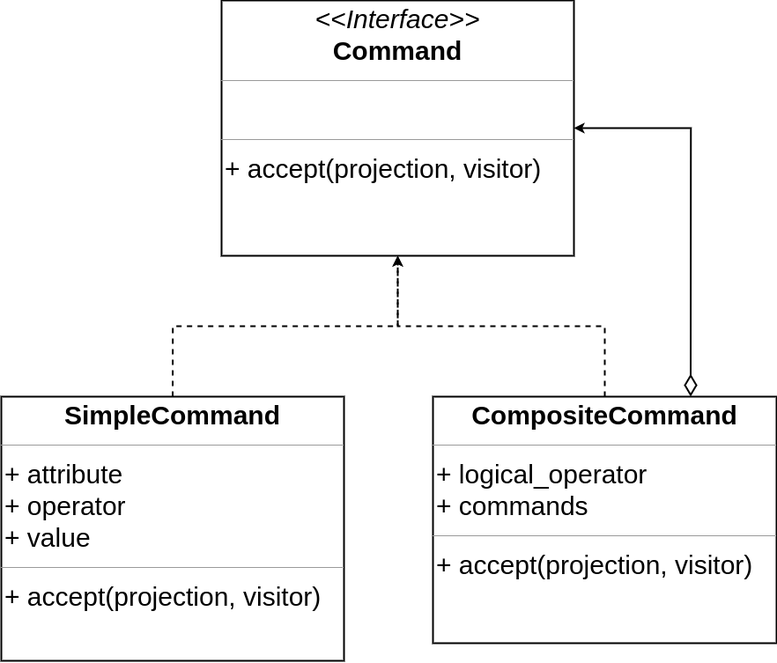
Earlier version of the draw.io export docs/command_architecture.png (BrizaMel/MAC0332). Source tidied: cells renumbered, new cells last; positions are measured from the earlier drawing's top-left corner, leaving out a move shared by most shapes.
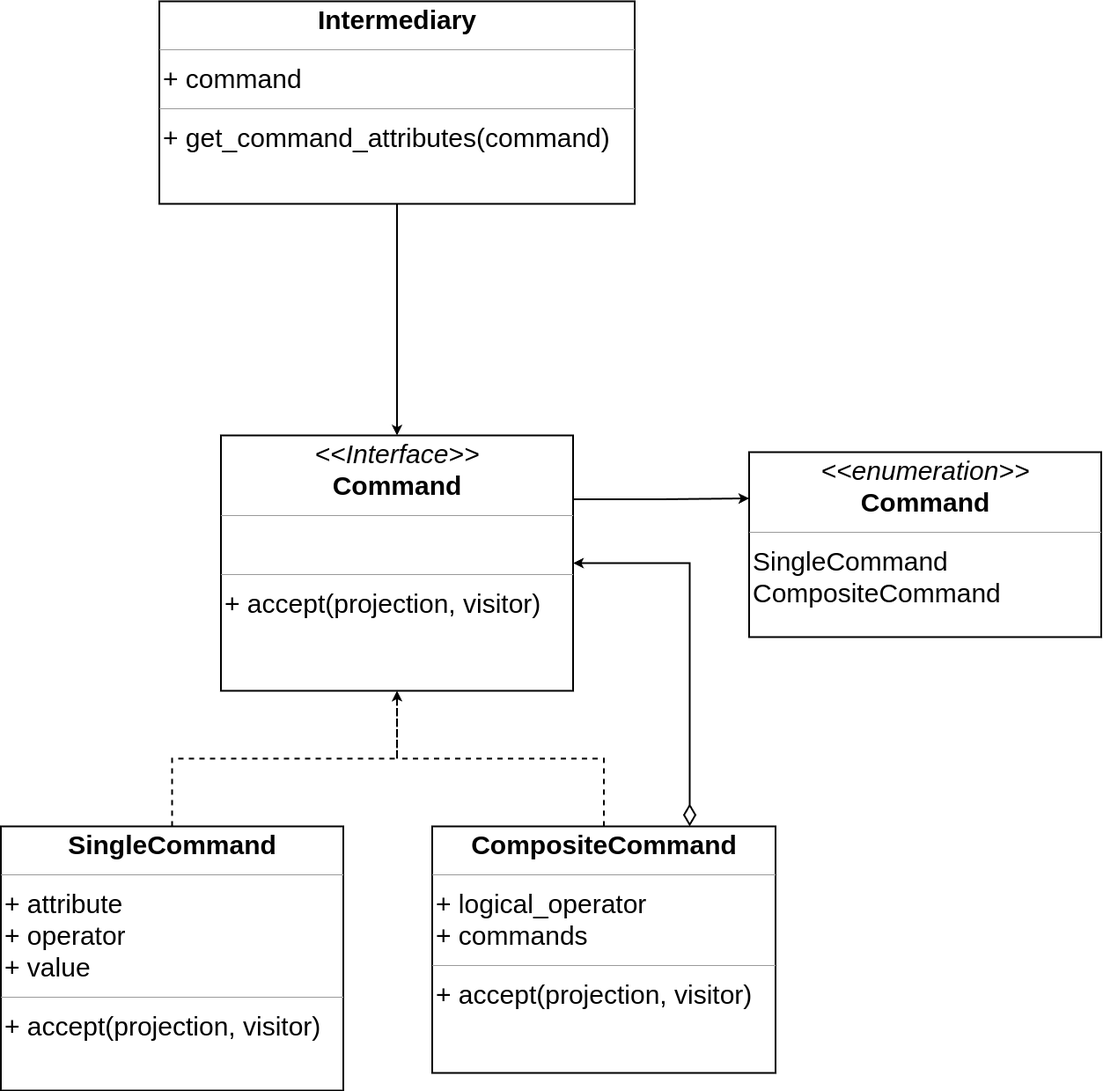
The same file after the commit.

Change to the diagram source:
```diff
@@ -2,23 +2,35 @@
   <root>
     <mxCell id="0" />
     <mxCell id="1" parent="0" />
-    <mxCell id="2" value="&lt;p style=&quot;margin: 4px 0px 0px; text-align: center; font-size: 30px;&quot;&gt;&lt;font style=&quot;font-size: 30px;&quot;&gt;&lt;i style=&quot;&quot;&gt;&amp;lt;&amp;lt;Interface&amp;gt;&amp;gt;&lt;/i&gt;&lt;br&gt;&lt;b&gt;Command&lt;/b&gt;&lt;/font&gt;&lt;/p&gt;&lt;hr style=&quot;font-size: 30px;&quot; size=&quot;1&quot;&gt;&lt;p style=&quot;margin: 0px 0px 0px 4px; font-size: 30px;&quot;&gt;&lt;br&gt;&lt;/p&gt;&lt;hr style=&quot;font-size: 30px;&quot; size=&quot;1&quot;&gt;&lt;p style=&quot;margin: 0px 0px 0px 4px; font-size: 30px;&quot;&gt;+ accept(projection, visitor)&lt;/p&gt;" style="verticalAlign=top;align=left;overflow=fill;fontSize=12;fontFamily=Helvetica;html=1;whiteSpace=wrap;strokeWidth=2;" parent="1" vertex="1">
-      <mxGeometry x="250" width="400" height="290" as="geometry" />
+    <mxCell id="2" style="edgeStyle=orthogonalEdgeStyle;rounded=0;jettySize=auto;html=1;exitX=1;exitY=0.25;exitDx=0;exitDy=0;entryX=0;entryY=0.25;entryDx=0;entryDy=0;strokeWidth=2;" parent="1" edge="1" source="3" target="11">
+      <mxGeometry relative="1" as="geometry" />
     </mxCell>
-    <mxCell id="3" value="&lt;p style=&quot;margin: 4px 0px 0px; text-align: center; font-size: 30px;&quot;&gt;&lt;b&gt;SimpleCommand&lt;/b&gt;&lt;/p&gt;&lt;hr style=&quot;font-size: 30px;&quot; size=&quot;1&quot;&gt;&lt;p style=&quot;margin: 0px 0px 0px 4px; font-size: 30px;&quot;&gt;&lt;span style=&quot;background-color: initial;&quot;&gt;+ attribute&lt;/span&gt;&lt;br&gt;&lt;/p&gt;&lt;p style=&quot;border-color: var(--border-color); margin: 0px 0px 0px 4px; font-size: 30px;&quot;&gt;&lt;font style=&quot;border-color: var(--border-color);&quot;&gt;+ operator&lt;/font&gt;&lt;/p&gt;&lt;p style=&quot;border-color: var(--border-color); margin: 0px 0px 0px 4px; font-size: 30px;&quot;&gt;&lt;font style=&quot;border-color: var(--border-color);&quot;&gt;+ value&lt;/font&gt;&lt;/p&gt;&lt;hr style=&quot;font-size: 30px;&quot; size=&quot;1&quot;&gt;&lt;p style=&quot;margin: 0px 0px 0px 4px; font-size: 30px;&quot;&gt;+ accept(projection, visitor)&lt;/p&gt;" style="verticalAlign=top;align=left;overflow=fill;fontSize=12;fontFamily=Helvetica;html=1;whiteSpace=wrap;strokeWidth=2;" parent="1" vertex="1">
-      <mxGeometry y="450" width="389" height="300" as="geometry" />
+    <mxCell id="3" value="&lt;p style=&quot;margin: 4px 0px 0px; text-align: center; font-size: 30px;&quot;&gt;&lt;font style=&quot;font-size: 30px;&quot;&gt;&lt;i style=&quot;&quot;&gt;&amp;lt;&amp;lt;Interface&amp;gt;&amp;gt;&lt;/i&gt;&lt;br&gt;&lt;b&gt;Command&lt;/b&gt;&lt;/font&gt;&lt;/p&gt;&lt;hr style=&quot;font-size: 30px;&quot; size=&quot;1&quot;&gt;&lt;p style=&quot;margin: 0px 0px 0px 4px; font-size: 30px;&quot;&gt;&lt;br&gt;&lt;/p&gt;&lt;hr style=&quot;font-size: 30px;&quot; size=&quot;1&quot;&gt;&lt;p style=&quot;margin: 0px 0px 0px 4px; font-size: 30px;&quot;&gt;+ accept(projection, visitor)&lt;/p&gt;" style="verticalAlign=top;align=left;overflow=fill;fontSize=12;fontFamily=Helvetica;html=1;whiteSpace=wrap;strokeWidth=2;" parent="1" vertex="1">
+      <mxGeometry y="450" width="400" height="290" as="geometry" />
     </mxCell>
-    <mxCell id="4" style="edgeStyle=orthogonalEdgeStyle;rounded=0;jettySize=auto;html=1;exitX=0.5;exitY=0;exitDx=0;exitDy=0;entryX=0.5;entryY=1;entryDx=0;entryDy=0;dashed=1;strokeWidth=2;" parent="1" edge="1" source="5" target="2">
-      <mxGeometry relative="1" as="geometry" />
+    <mxCell id="4" value="&lt;p style=&quot;margin: 4px 0px 0px; text-align: center; font-size: 30px;&quot;&gt;&lt;b&gt;SingleCommand&lt;/b&gt;&lt;/p&gt;&lt;hr style=&quot;font-size: 30px;&quot; size=&quot;1&quot;&gt;&lt;p style=&quot;margin: 0px 0px 0px 4px; font-size: 30px;&quot;&gt;&lt;span style=&quot;background-color: initial;&quot;&gt;+ attribute&lt;/span&gt;&lt;br&gt;&lt;/p&gt;&lt;p style=&quot;border-color: var(--border-color); margin: 0px 0px 0px 4px; font-size: 30px;&quot;&gt;&lt;font style=&quot;border-color: var(--border-color);&quot;&gt;+ operator&lt;/font&gt;&lt;/p&gt;&lt;p style=&quot;border-color: var(--border-color); margin: 0px 0px 0px 4px; font-size: 30px;&quot;&gt;&lt;font style=&quot;border-color: var(--border-color);&quot;&gt;+ value&lt;/font&gt;&lt;/p&gt;&lt;hr style=&quot;font-size: 30px;&quot; size=&quot;1&quot;&gt;&lt;p style=&quot;margin: 0px 0px 0px 4px; font-size: 30px;&quot;&gt;+ accept(projection, visitor)&lt;/p&gt;" style="verticalAlign=top;align=left;overflow=fill;fontSize=12;fontFamily=Helvetica;html=1;whiteSpace=wrap;strokeWidth=2;" parent="1" vertex="1">
+      <mxGeometry x="-250" y="894" width="389" height="300" as="geometry" />
     </mxCell>
-    <mxCell id="5" value="&lt;p style=&quot;margin: 4px 0px 0px; text-align: center; font-size: 30px;&quot;&gt;&lt;b&gt;CompositeCommand&lt;/b&gt;&lt;/p&gt;&lt;hr style=&quot;font-size: 30px;&quot; size=&quot;1&quot;&gt;&lt;p style=&quot;border-color: var(--border-color); margin: 0px 0px 0px 4px; font-size: 30px;&quot;&gt;&lt;font style=&quot;border-color: var(--border-color);&quot;&gt;+ logical_operator&lt;/font&gt;&lt;/p&gt;&lt;p style=&quot;border-color: var(--border-color); margin: 0px 0px 0px 4px; font-size: 30px;&quot;&gt;&lt;font style=&quot;border-color: var(--border-color);&quot;&gt;+ commands&lt;/font&gt;&lt;/p&gt;&lt;hr style=&quot;font-size: 30px;&quot; size=&quot;1&quot;&gt;&lt;p style=&quot;margin: 0px 0px 0px 4px; font-size: 30px;&quot;&gt;+ accept(projection, visitor)&lt;br&gt;&lt;/p&gt;" style="verticalAlign=top;align=left;overflow=fill;fontSize=12;fontFamily=Helvetica;html=1;whiteSpace=wrap;strokeWidth=2;" parent="1" vertex="1">
-      <mxGeometry x="490" y="450" width="390" height="280" as="geometry" />
+    <mxCell id="5" style="edgeStyle=orthogonalEdgeStyle;rounded=0;jettySize=auto;html=1;exitX=0.5;exitY=0;exitDx=0;exitDy=0;entryX=0.5;entryY=1;entryDx=0;entryDy=0;dashed=1;strokeWidth=2;" parent="1" edge="1" source="6" target="3">
+      <mxGeometry relative="1" as="geometry" />
     </mxCell>
-    <mxCell id="6" style="edgeStyle=orthogonalEdgeStyle;rounded=0;jettySize=auto;html=1;exitX=0.5;exitY=0;exitDx=0;exitDy=0;entryX=0.5;entryY=1;entryDx=0;entryDy=0;dashed=1;strokeWidth=2;" parent="1" edge="1" source="3" target="2">
-      <mxGeometry relative="1" as="geometry" />
+    <mxCell id="6" value="&lt;p style=&quot;margin: 4px 0px 0px; text-align: center; font-size: 30px;&quot;&gt;&lt;b&gt;CompositeCommand&lt;/b&gt;&lt;/p&gt;&lt;hr style=&quot;font-size: 30px;&quot; size=&quot;1&quot;&gt;&lt;p style=&quot;border-color: var(--border-color); margin: 0px 0px 0px 4px; font-size: 30px;&quot;&gt;&lt;font style=&quot;border-color: var(--border-color);&quot;&gt;+ logical_operator&lt;/font&gt;&lt;/p&gt;&lt;p style=&quot;border-color: var(--border-color); margin: 0px 0px 0px 4px; font-size: 30px;&quot;&gt;&lt;font style=&quot;border-color: var(--border-color);&quot;&gt;+ commands&lt;/font&gt;&lt;/p&gt;&lt;hr style=&quot;font-size: 30px;&quot; size=&quot;1&quot;&gt;&lt;p style=&quot;margin: 0px 0px 0px 4px; font-size: 30px;&quot;&gt;+ accept(projection, visitor)&lt;br&gt;&lt;/p&gt;" style="verticalAlign=top;align=left;overflow=fill;fontSize=12;fontFamily=Helvetica;html=1;whiteSpace=wrap;strokeWidth=2;" parent="1" vertex="1">
+      <mxGeometry x="240" y="894" width="390" height="280" as="geometry" />
     </mxCell>
-    <mxCell id="7" style="edgeStyle=orthogonalEdgeStyle;rounded=0;jettySize=auto;html=1;exitX=0.75;exitY=0;exitDx=0;exitDy=0;entryX=1;entryY=0.5;entryDx=0;entryDy=0;startArrow=diamondThin;startFill=0;startSize=20;strokeWidth=2;" parent="1" edge="1" source="5" target="2">
+    <mxCell id="7" style="edgeStyle=orthogonalEdgeStyle;rounded=0;jettySize=auto;html=1;exitX=0.5;exitY=0;exitDx=0;exitDy=0;entryX=0.5;entryY=1;entryDx=0;entryDy=0;dashed=1;strokeWidth=2;" parent="1" edge="1" source="4" target="3">
       <mxGeometry relative="1" as="geometry" />
     </mxCell>
+    <mxCell id="8" style="edgeStyle=orthogonalEdgeStyle;rounded=0;jettySize=auto;html=1;exitX=0.75;exitY=0;exitDx=0;exitDy=0;entryX=1;entryY=0.5;entryDx=0;entryDy=0;startArrow=diamondThin;startFill=0;startSize=20;strokeWidth=2;" parent="1" edge="1" source="6" target="3">
+      <mxGeometry relative="1" as="geometry" />
+    </mxCell>
+    <mxCell id="9" style="edgeStyle=orthogonalEdgeStyle;rounded=0;jettySize=auto;html=1;exitX=0.5;exitY=1;exitDx=0;exitDy=0;strokeWidth=2;" parent="1" edge="1" source="10" target="3">
+      <mxGeometry relative="1" as="geometry" />
+    </mxCell>
+    <mxCell id="10" value="&lt;p style=&quot;margin: 4px 0px 0px; text-align: center; font-size: 30px;&quot;&gt;&lt;b&gt;Intermediary&lt;/b&gt;&lt;/p&gt;&lt;hr style=&quot;font-size: 30px;&quot; size=&quot;1&quot;&gt;&lt;p style=&quot;border-color: var(--border-color); margin: 0px 0px 0px 4px; font-size: 30px;&quot;&gt;&lt;font style=&quot;border-color: var(--border-color);&quot;&gt;+ command&lt;/font&gt;&lt;/p&gt;&lt;hr style=&quot;font-size: 30px;&quot; size=&quot;1&quot;&gt;&lt;p style=&quot;margin: 0px 0px 0px 4px; font-size: 30px;&quot;&gt;+ get_command_attributes(command)&lt;br&gt;&lt;/p&gt;&lt;p style=&quot;margin: 0px 0px 0px 4px; font-size: 30px;&quot;&gt;&lt;br&gt;&lt;/p&gt;" style="verticalAlign=top;align=left;overflow=fill;fontSize=12;fontFamily=Helvetica;html=1;whiteSpace=wrap;strokeWidth=2;" parent="1" vertex="1">
+      <mxGeometry x="-70" y="-43" width="540" height="230" as="geometry" />
+    </mxCell>
+    <mxCell id="11" value="&lt;p style=&quot;margin: 4px 0px 0px; text-align: center; font-size: 30px;&quot;&gt;&lt;font style=&quot;font-size: 30px;&quot;&gt;&lt;i style=&quot;&quot;&gt;&amp;lt;&amp;lt;enumeration&amp;gt;&amp;gt;&lt;/i&gt;&lt;br&gt;&lt;b&gt;Command&lt;/b&gt;&lt;/font&gt;&lt;/p&gt;&lt;hr style=&quot;font-size: 30px;&quot; size=&quot;1&quot;&gt;&lt;p style=&quot;margin: 0px 0px 0px 4px; font-size: 30px;&quot;&gt;&lt;/p&gt;&lt;p style=&quot;margin: 0px 0px 0px 4px; font-size: 30px;&quot;&gt;SingleCommand&lt;/p&gt;&lt;p style=&quot;margin: 0px 0px 0px 4px; font-size: 30px;&quot;&gt;CompositeCommand&lt;/p&gt;" style="verticalAlign=top;align=left;overflow=fill;fontSize=12;fontFamily=Helvetica;html=1;whiteSpace=wrap;strokeWidth=2;" parent="1" vertex="1">
+      <mxGeometry x="600" y="469" width="400" height="210" as="geometry" />
+    </mxCell>
   </root>
 </mxGraphModel>
```
